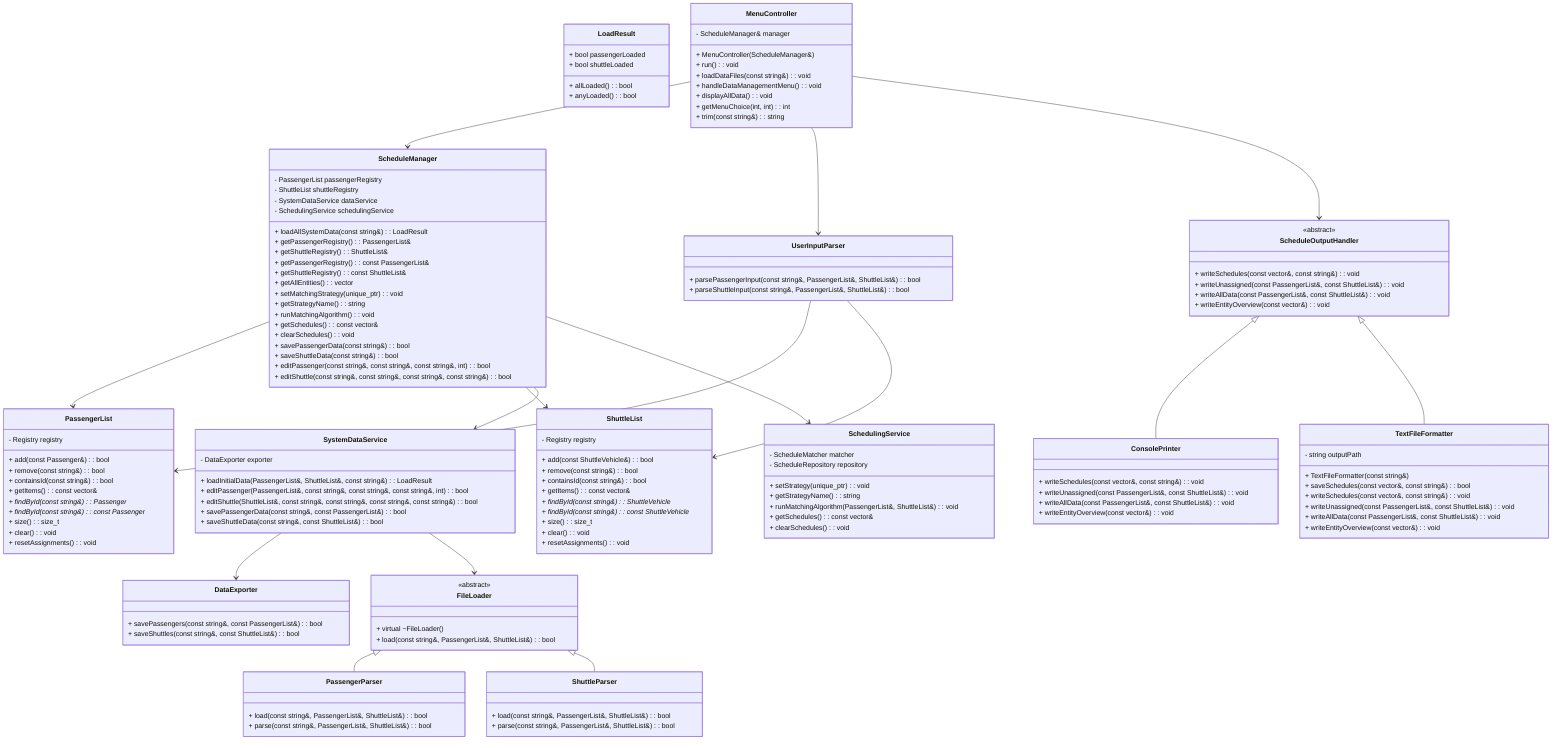
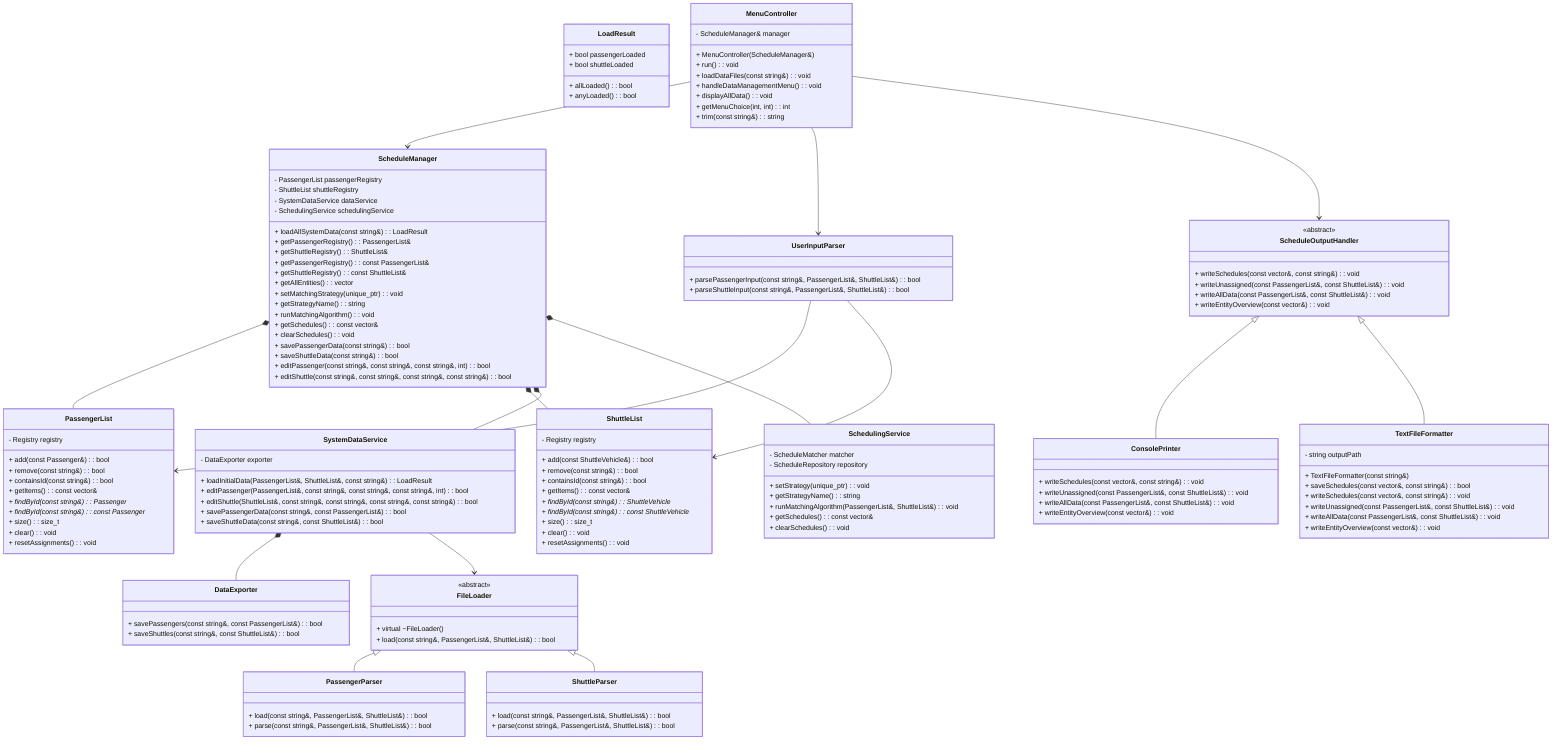
classDiagram
    direction TB

    class LoadResult {
        + bool passengerLoaded
        + bool shuttleLoaded
        + allLoaded(): bool
        + anyLoaded(): bool
    }

    class FileLoader {
        <<abstract>>
        + virtual ~FileLoader()
        + load(const string&, PassengerList&, ShuttleList&): bool
    }

        class PassengerList {
        - Registry registry
        + add(const Passenger&): bool
        + remove(const string&): bool
        + containsId(const string&): bool
        + getItems(): const vector<Passenger>&
        + findById(const string&): Passenger*
        + findById(const string&): const Passenger*
        + size(): size_t
        + clear(): void
        + resetAssignments(): void
    }

    class ShuttleList {
        - Registry registry
        + add(const ShuttleVehicle&): bool
        + remove(const string&): bool
        + containsId(const string&): bool
        + getItems(): const vector<ShuttleVehicle>&
        + findById(const string&): ShuttleVehicle*
        + findById(const string&): const ShuttleVehicle*
        + size(): size_t
        + clear(): void
        + resetAssignments(): void
    }

    class PassengerParser {
        + load(const string&, PassengerList&, ShuttleList&): bool
        + parse(const string&, PassengerList&, ShuttleList&): bool
    }

    class ShuttleParser {
        + load(const string&, PassengerList&, ShuttleList&): bool
        + parse(const string&, PassengerList&, ShuttleList&): bool
    }

    class DataExporter {
        + savePassengers(const string&, const PassengerList&): bool
        + saveShuttles(const string&, const ShuttleList&): bool
    }

    class UserInputParser {
        + parsePassengerInput(const string&, PassengerList&, ShuttleList&): bool
        + parseShuttleInput(const string&, PassengerList&, ShuttleList&): bool
    }

    class ScheduleOutputHandler {
        <<abstract>>
        + writeSchedules(const vector<Schedule>&, const string&): void
        + writeUnassigned(const PassengerList&, const ShuttleList&): void
        + writeAllData(const PassengerList&, const ShuttleList&): void
        + writeEntityOverview(const vector<const Entity*>&): void
    }

    class ConsolePrinter {
        + writeSchedules(const vector<Schedule>&, const string&): void
        + writeUnassigned(const PassengerList&, const ShuttleList&): void
        + writeAllData(const PassengerList&, const ShuttleList&): void
        + writeEntityOverview(const vector<const Entity*>&): void
    }

    class TextFileFormatter {
        - string outputPath
        + TextFileFormatter(const string&)
        + saveSchedules(const vector<Schedule>&, const string&): bool
        + writeSchedules(const vector<Schedule>&, const string&): void
        + writeUnassigned(const PassengerList&, const ShuttleList&): void
        + writeAllData(const PassengerList&, const ShuttleList&): void
        + writeEntityOverview(const vector<const Entity*>&): void
    }

    class SystemDataService {
        - DataExporter exporter
        + loadInitialData(PassengerList&, ShuttleList&, const string&): LoadResult
        + editPassenger(PassengerList&, const string&, const string&, const string&, int): bool
        + editShuttle(ShuttleList&, const string&, const string&, const string&, const string&): bool
        + savePassengerData(const string&, const PassengerList&): bool
        + saveShuttleData(const string&, const ShuttleList&): bool
    }

    class SchedulingService {
        - ScheduleMatcher matcher
        - ScheduleRepository repository
        + setStrategy(unique_ptr<IMatchingStrategy>): void
        + getStrategyName(): string
        + runMatchingAlgorithm(PassengerList&, ShuttleList&): void
        + getSchedules(): const vector<Schedule>&
        + clearSchedules(): void
    }

    class ScheduleManager {
        - PassengerList passengerRegistry
        - ShuttleList shuttleRegistry
        - SystemDataService dataService
        - SchedulingService schedulingService
        + loadAllSystemData(const string&): LoadResult
        + getPassengerRegistry(): PassengerList&
        + getShuttleRegistry(): ShuttleList&
        + getPassengerRegistry(): const PassengerList&
        + getShuttleRegistry(): const ShuttleList&
        + getAllEntities(): vector<const Entity*>
        + setMatchingStrategy(unique_ptr<IMatchingStrategy>): void
        + getStrategyName(): string
        + runMatchingAlgorithm(): void
        + getSchedules(): const vector<Schedule>&
        + clearSchedules(): void
        + savePassengerData(const string&): bool
        + saveShuttleData(const string&): bool
        + editPassenger(const string&, const string&, const string&, int): bool
        + editShuttle(const string&, const string&, const string&, const string&): bool
    }

    class MenuController {
        - ScheduleManager& manager
        + MenuController(ScheduleManager&)
        + run(): void
        + loadDataFiles(const string&): void
        + handleDataManagementMenu(): void
        + displayAllData(): void
        + getMenuChoice(int, int): int
        + trim(const string&): string
    }

    FileLoader <|-- PassengerParser
    FileLoader <|-- ShuttleParser

    ScheduleOutputHandler <|-- ConsolePrinter
    ScheduleOutputHandler <|-- TextFileFormatter

-     SystemDataService --> DataExporter
+     SystemDataService *-- DataExporter
    SystemDataService --> FileLoader
-     ScheduleManager --> PassengerList
-     ScheduleManager --> ShuttleList
-     ScheduleManager --> SystemDataService
-     ScheduleManager --> SchedulingService
+     ScheduleManager *-- PassengerList
+     ScheduleManager *-- ShuttleList
+     ScheduleManager *-- SystemDataService
+     ScheduleManager *-- SchedulingService
    MenuController --> ScheduleManager
    MenuController --> UserInputParser
    MenuController --> ScheduleOutputHandler
    UserInputParser --> PassengerList
    UserInputParser --> ShuttleList
